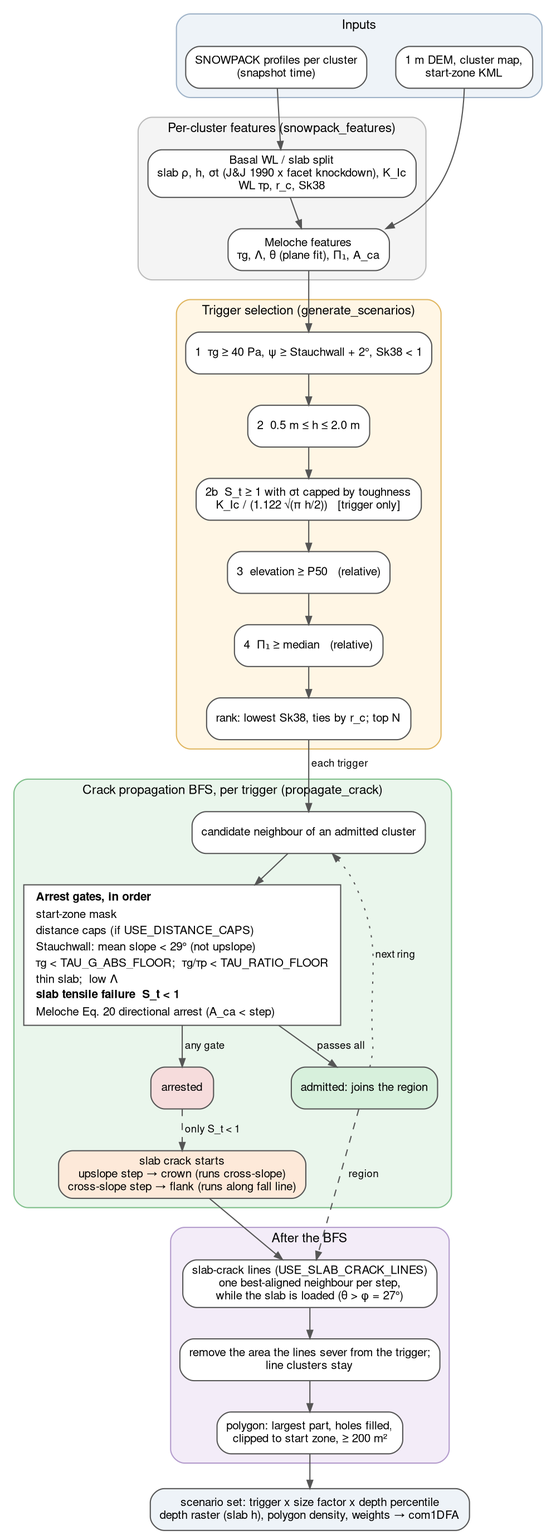
Before: docs/figures/release_model_flow.png, a diagram exported from Graphviz (ronimos/avalanche-release-areas). Its source is kept beside it as docs/figures/release_model_flow.dot.
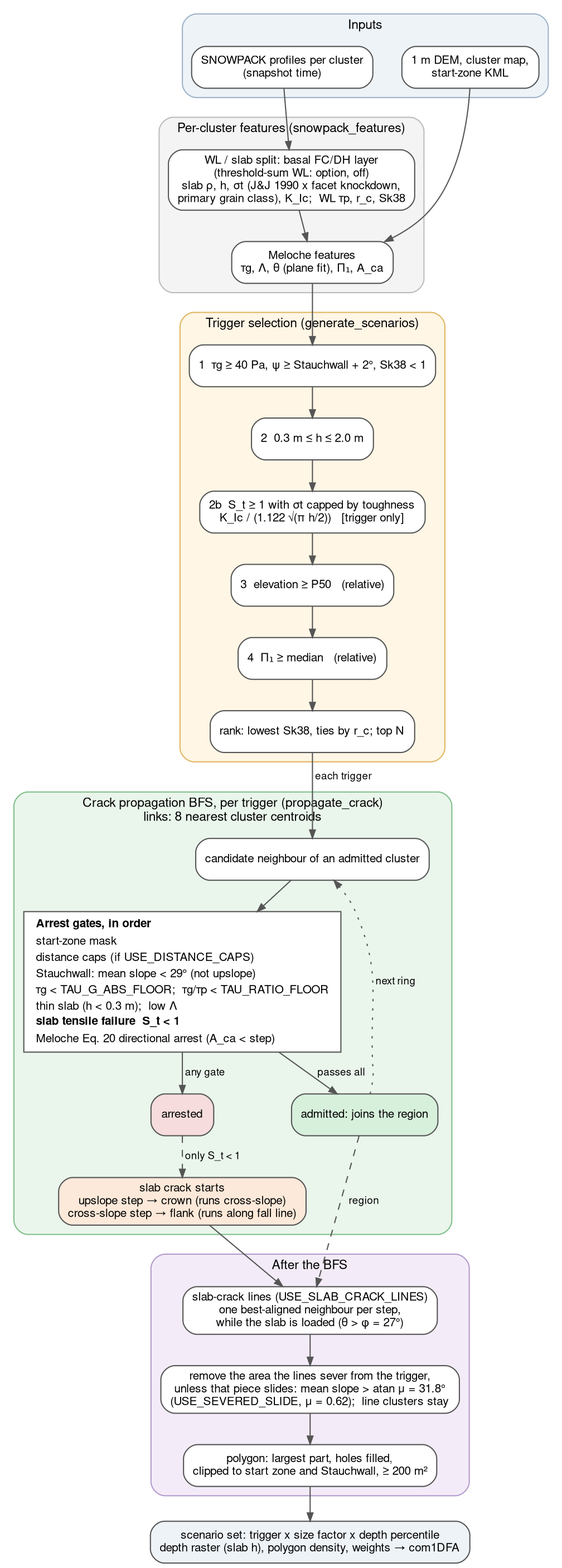
After the commit.

Commit message:
docs(methods): 2026-11-13 defaults, threshold-sum weak layer, BFS-link experiments

Diff of the diagram source:
```diff
@@ -12,7 +12,7 @@
 
   subgraph cluster_feat {
     label="Per-cluster features (snowpack_features)"; style="rounded,filled"; fillcolor="#f4f4f4"; color="#bbbbbb";
-    feat [label="Basal WL / slab split\nslab ρ, h, σt (J&J 1990 x facet knockdown), K_Ic\nWL τp, r_c, Sk38"];
+    feat [label="WL / slab split: basal FC/DH layer\n(threshold-sum WL: option, off)\nslab ρ, h, σt (J&J 1990 x facet knockdown,\nprimary grain class), K_Ic;  WL τp, r_c, Sk38"];
     mel  [label="Meloche features\nτg, Λ, θ (plane fit), Π₁, A_ca"];
     feat -> mel;
   }
@@ -21,7 +21,7 @@
   subgraph cluster_trig {
     label="Trigger selection (generate_scenarios)"; style="rounded,filled"; fillcolor="#fff6e5"; color="#e0b660";
     t1 [label="1  τg ≥ 40 Pa, ψ ≥ Stauchwall + 2°, Sk38 < 1"];
-    t2 [label="2  0.5 m ≤ h ≤ 2.0 m"];
+    t2 [label="2  0.3 m ≤ h ≤ 2.0 m"];
     t2b[label="2b  S_t ≥ 1 with σt capped by toughness\nK_Ic / (1.122 √(π h/2))   [trigger only]"];
     t3 [label="3  elevation ≥ P50   (relative)"];
     t4 [label="4  Π₁ ≥ median   (relative)"];
@@ -31,7 +31,7 @@
   mel -> t1;
 
   subgraph cluster_bfs {
-    label="Crack propagation BFS, per trigger (propagate_crack)"; style="rounded,filled"; fillcolor="#eaf6ec"; color="#7fbf8a";
+    label="Crack propagation BFS, per trigger (propagate_crack)\nlinks: 8 nearest cluster centroids"; style="rounded,filled"; fillcolor="#eaf6ec"; color="#7fbf8a";
     cand [label="candidate neighbour of an admitted cluster", fillcolor="#ffffff"];
     gates [shape=box, style="filled", fillcolor="#ffffff", label=<
       <TABLE BORDER="0" CELLBORDER="0" CELLSPACING="1" CELLPADDING="1">
@@ -40,7 +40,7 @@
       <TR><TD ALIGN="LEFT">distance caps (if USE_DISTANCE_CAPS)</TD></TR>
       <TR><TD ALIGN="LEFT">Stauchwall: mean slope &lt; 29° (not upslope)</TD></TR>
       <TR><TD ALIGN="LEFT">τg &lt; TAU_G_ABS_FLOOR;  τg/τp &lt; TAU_RATIO_FLOOR</TD></TR>
-      <TR><TD ALIGN="LEFT">thin slab;  low Λ</TD></TR>
+      <TR><TD ALIGN="LEFT">thin slab (h &lt; 0.3 m);  low Λ</TD></TR>
       <TR><TD ALIGN="LEFT"><B>slab tensile failure  S_t &lt; 1</B></TD></TR>
       <TR><TD ALIGN="LEFT">Meloche Eq. 20 directional arrest (A_ca &lt; step)</TD></TR>
       </TABLE>>];
@@ -58,8 +58,8 @@
   subgraph cluster_post {
     label="After the BFS"; style="rounded,filled"; fillcolor="#f3ecf8"; color="#b39bcc";
     lines [label="slab-crack lines (USE_SLAB_CRACK_LINES)\none best-aligned neighbour per step,\nwhile the slab is loaded (θ > φ = 27°)"];
-    sever [label="remove the area the lines sever from the trigger;\nline clusters stay"];
-    poly  [label="polygon: largest part, holes filled,\nclipped to start zone, ≥ 200 m²"];
+    sever [label="remove the area the lines sever from the trigger,\nunless that piece slides: mean slope > atan μ = 31.8°\n(USE_SEVERED_SLIDE, μ = 0.62);  line clusters stay"];
+    poly  [label="polygon: largest part, holes filled,\nclipped to start zone and Stauchwall, ≥ 200 m²"];
     lines -> sever -> poly;
   }
   crk -> lines;
```
